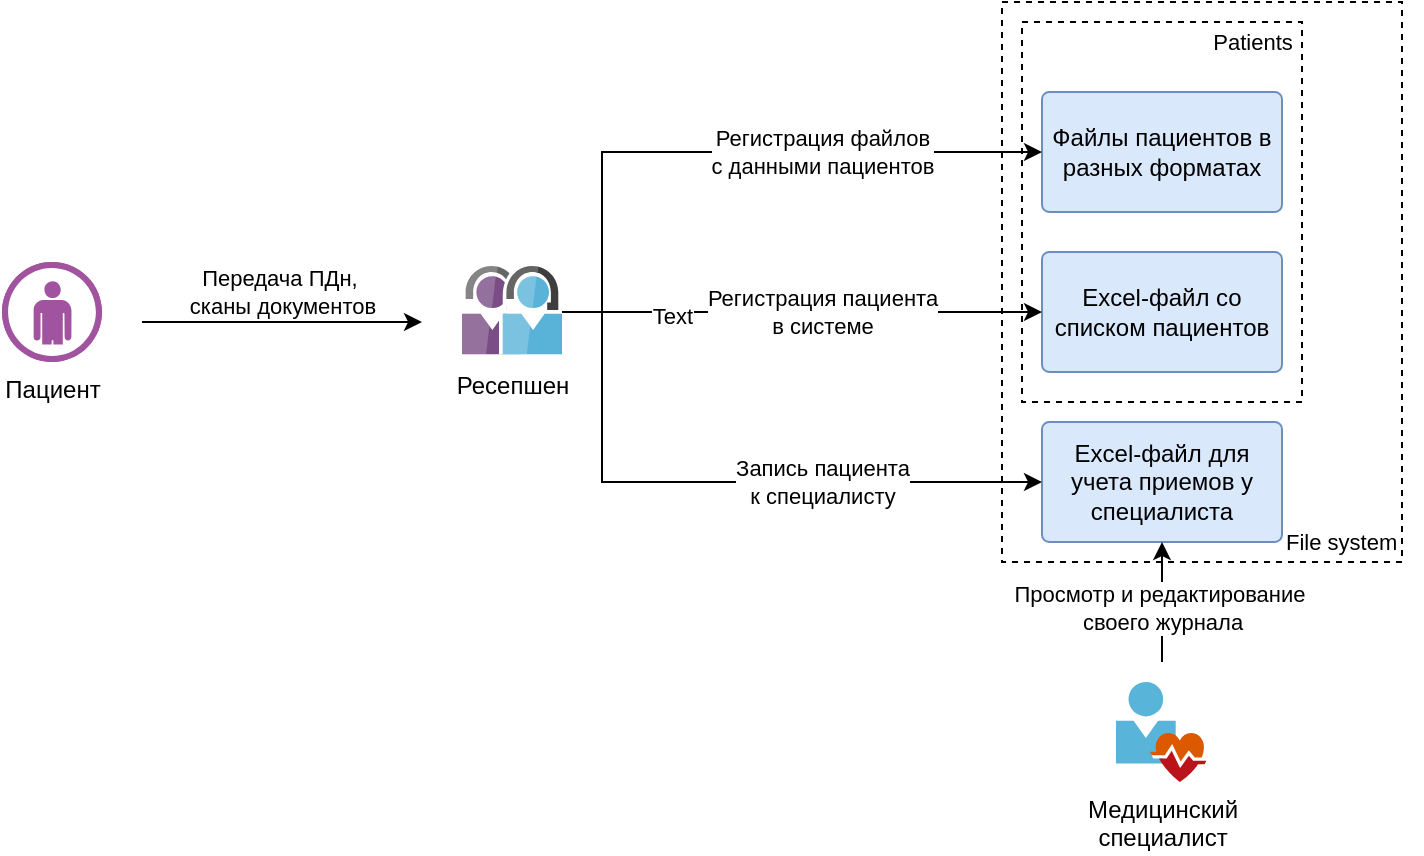
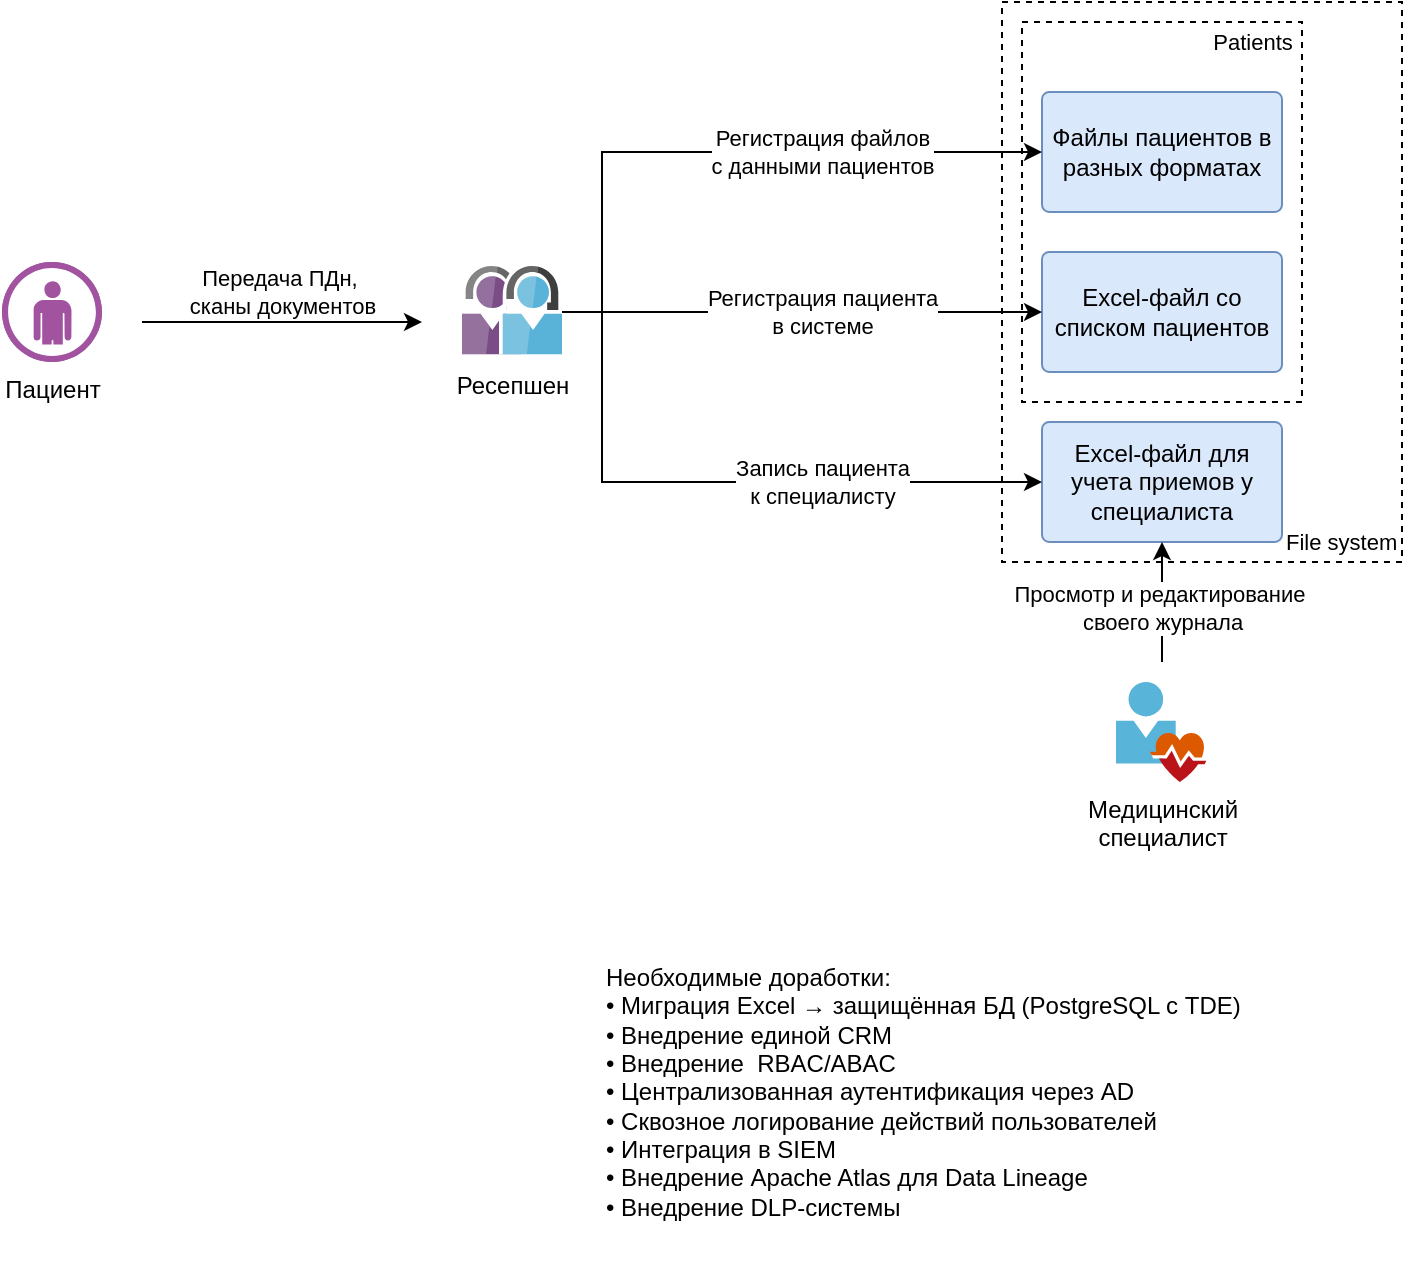
<mxfile host="Electron" agent="Mozilla/5.0 (Windows NT 10.0; Win64; x64) AppleWebKit/537.36 (KHTML, like Gecko) draw.io/27.0.9 Chrome/134.0.6998.205 Electron/35.4.0 Safari/537.36" version="27.0.9">
  <diagram name="page-1" id="RZKDnXtDUIhgZOeI2fBK">
-     <mxGraphModel dx="690" dy="593" grid="1" gridSize="10" guides="1" tooltips="1" connect="1" arrows="1" fold="1" page="1" pageScale="1" pageWidth="827" pageHeight="1169" math="0" shadow="0">
+     <mxGraphModel dx="784" dy="1185" grid="1" gridSize="10" guides="1" tooltips="1" connect="1" arrows="1" fold="1" page="1" pageScale="1" pageWidth="827" pageHeight="1169" math="0" shadow="0">
      <root>
        <mxCell id="0" />
        <mxCell id="1" parent="0" />
        <mxCell id="Eti9AWakdUXmRzLMZxta-8" value="" style="rounded=0;whiteSpace=wrap;html=1;dashed=1;" parent="1" vertex="1">
          <mxGeometry x="570" y="30" width="200" height="280" as="geometry" />
        </mxCell>
        <mxCell id="Eti9AWakdUXmRzLMZxta-5" value="" style="rounded=0;whiteSpace=wrap;html=1;dashed=1;" parent="1" vertex="1">
          <mxGeometry x="580" y="40" width="140" height="190" as="geometry" />
        </mxCell>
        <mxCell id="CwHvCVqXU7Ro-6t718aA-6" style="edgeStyle=orthogonalEdgeStyle;rounded=0;orthogonalLoop=1;jettySize=auto;html=1;entryX=0;entryY=0.5;entryDx=0;entryDy=0;flowAnimation=0;" parent="1" edge="1">
          <mxGeometry relative="1" as="geometry">
            <mxPoint x="280" y="190" as="targetPoint" />
            <mxPoint x="140" y="190" as="sourcePoint" />
          </mxGeometry>
        </mxCell>
        <mxCell id="CwHvCVqXU7Ro-6t718aA-7" value="Передача ПДн,&amp;nbsp;&lt;div&gt;сканы документов&lt;/div&gt;" style="edgeLabel;html=1;align=center;verticalAlign=middle;resizable=0;points=[];" parent="CwHvCVqXU7Ro-6t718aA-6" vertex="1" connectable="0">
          <mxGeometry x="-0.2286" y="-5" relative="1" as="geometry">
            <mxPoint x="16" y="-20" as="offset" />
          </mxGeometry>
        </mxCell>
        <mxCell id="CwHvCVqXU7Ro-6t718aA-9" value="Excel-файл со списком пациентов" style="rounded=1;whiteSpace=wrap;html=1;fillColor=#dae8fc;strokeColor=#6c8ebf;arcSize=6;" parent="1" vertex="1">
          <mxGeometry x="590" y="155" width="120" height="60" as="geometry" />
        </mxCell>
        <mxCell id="CwHvCVqXU7Ro-6t718aA-10" value="Excel-файл для учета приемов у специалиста" style="rounded=1;whiteSpace=wrap;html=1;fillColor=#dae8fc;strokeColor=#6c8ebf;arcSize=6;" parent="1" vertex="1">
          <mxGeometry x="590" y="240" width="120" height="60" as="geometry" />
        </mxCell>
        <mxCell id="CwHvCVqXU7Ro-6t718aA-11" value="Файлы пациентов в разных форматах" style="rounded=1;whiteSpace=wrap;html=1;fillColor=#dae8fc;strokeColor=#6c8ebf;arcSize=6;" parent="1" vertex="1">
          <mxGeometry x="590" y="75" width="120" height="60" as="geometry" />
        </mxCell>
        <mxCell id="CwHvCVqXU7Ro-6t718aA-19" style="edgeStyle=orthogonalEdgeStyle;rounded=0;orthogonalLoop=1;jettySize=auto;html=1;entryX=0.5;entryY=1;entryDx=0;entryDy=0;flowAnimation=0;" parent="1" target="CwHvCVqXU7Ro-6t718aA-10" edge="1">
          <mxGeometry relative="1" as="geometry">
            <mxPoint x="650" y="360" as="sourcePoint" />
            <Array as="points">
              <mxPoint x="650" y="360" />
            </Array>
          </mxGeometry>
        </mxCell>
        <mxCell id="CwHvCVqXU7Ro-6t718aA-20" value="Просмотр и редактирование&amp;nbsp;&lt;div&gt;своего журнала&lt;/div&gt;" style="edgeLabel;html=1;align=center;verticalAlign=middle;resizable=0;points=[];" parent="CwHvCVqXU7Ro-6t718aA-19" vertex="1" connectable="0">
          <mxGeometry x="-0.0944" relative="1" as="geometry">
            <mxPoint as="offset" />
          </mxGeometry>
        </mxCell>
        <mxCell id="Eti9AWakdUXmRzLMZxta-1" value="Пациент" style="verticalLabelPosition=bottom;sketch=0;html=1;fillColor=#A153A0;strokeColor=#ffffff;verticalAlign=top;align=center;points=[[0,0.5,0],[0.125,0.25,0],[0.25,0,0],[0.5,0,0],[0.75,0,0],[0.875,0.25,0],[1,0.5,0],[0.875,0.75,0],[0.75,1,0],[0.5,1,0],[0.125,0.75,0]];pointerEvents=1;shape=mxgraph.cisco_safe.compositeIcon;bgIcon=ellipse;resIcon=mxgraph.cisco_safe.design.user;" parent="1" vertex="1">
          <mxGeometry x="70" y="160" width="50" height="50" as="geometry" />
        </mxCell>
        <mxCell id="Eti9AWakdUXmRzLMZxta-2" value="Медицинский&lt;div&gt;специалист&lt;/div&gt;" style="image;sketch=0;aspect=fixed;html=1;points=[];align=center;fontSize=12;image=img/lib/mscae/User_Health_Icon.svg;" parent="1" vertex="1">
          <mxGeometry x="627" y="370" width="46" height="50" as="geometry" />
        </mxCell>
        <mxCell id="Eti9AWakdUXmRzLMZxta-17" value="Запись пациента&lt;div&gt;к специалисту&lt;/div&gt;" style="edgeStyle=elbowEdgeStyle;rounded=0;orthogonalLoop=1;jettySize=auto;html=1;entryX=0;entryY=0.5;entryDx=0;entryDy=0;flowAnimation=0;" parent="1" source="Eti9AWakdUXmRzLMZxta-4" target="CwHvCVqXU7Ro-6t718aA-10" edge="1">
          <mxGeometry x="0.3231" relative="1" as="geometry">
            <Array as="points">
              <mxPoint x="370" y="230" />
            </Array>
            <mxPoint as="offset" />
          </mxGeometry>
        </mxCell>
        <mxCell id="Eti9AWakdUXmRzLMZxta-18" value="Регистрация пациента&lt;div&gt;в системе&lt;/div&gt;" style="edgeStyle=orthogonalEdgeStyle;rounded=0;orthogonalLoop=1;jettySize=auto;html=1;flowAnimation=0;" parent="1" source="Eti9AWakdUXmRzLMZxta-4" target="CwHvCVqXU7Ro-6t718aA-9" edge="1">
          <mxGeometry x="0.0833" relative="1" as="geometry">
            <mxPoint as="offset" />
          </mxGeometry>
        </mxCell>
-         <mxCell id="nC68p9XKXOM0STrYJ99A-1" value="Text" style="edgeLabel;html=1;align=center;verticalAlign=middle;resizable=0;points=[];" vertex="1" connectable="0" parent="Eti9AWakdUXmRzLMZxta-18">
-           <mxGeometry x="-0.5417" y="-2" relative="1" as="geometry">
-             <mxPoint as="offset" />
-           </mxGeometry>
-         </mxCell>
        <mxCell id="Eti9AWakdUXmRzLMZxta-19" value="Регистрация файлов&lt;div&gt;с данными пациентов&lt;/div&gt;" style="edgeStyle=elbowEdgeStyle;rounded=0;orthogonalLoop=1;jettySize=auto;html=1;entryX=0;entryY=0.5;entryDx=0;entryDy=0;flowAnimation=0;" parent="1" source="Eti9AWakdUXmRzLMZxta-4" target="CwHvCVqXU7Ro-6t718aA-11" edge="1">
          <mxGeometry x="0.3125" relative="1" as="geometry">
            <Array as="points">
              <mxPoint x="370" y="140" />
            </Array>
            <mxPoint as="offset" />
          </mxGeometry>
        </mxCell>
        <mxCell id="Eti9AWakdUXmRzLMZxta-4" value="Ресепшен" style="image;sketch=0;aspect=fixed;html=1;points=[];align=center;fontSize=12;image=img/lib/mscae/Support_Requests.svg;" parent="1" vertex="1">
          <mxGeometry x="300" y="162" width="50" height="46" as="geometry" />
        </mxCell>
        <mxCell id="Eti9AWakdUXmRzLMZxta-7" value="Patients" style="edgeLabel;html=1;align=center;verticalAlign=middle;resizable=0;points=[];" parent="1" connectable="0" vertex="1">
          <mxGeometry x="628" y="43" as="geometry">
            <mxPoint x="67" y="7" as="offset" />
          </mxGeometry>
        </mxCell>
        <mxCell id="Eti9AWakdUXmRzLMZxta-9" value="&lt;span style=&quot;caret-color: rgb(0, 0, 0); color: rgb(0, 0, 0); font-family: Helvetica; font-size: 11px; font-style: normal; font-variant-caps: normal; font-weight: 400; letter-spacing: normal; text-align: center; text-indent: 0px; text-transform: none; white-space: nowrap; word-spacing: 0px; -webkit-text-stroke-width: 0px; background-color: rgb(255, 255, 255); text-decoration: none; float: none; display: inline !important;&quot;&gt;File system&lt;/span&gt;" style="text;whiteSpace=wrap;html=1;" parent="1" vertex="1">
          <mxGeometry x="710" y="286" width="70" height="30" as="geometry" />
        </mxCell>
+         <mxCell id="vsHEm-GJbrsaYE837dfc-1" value="&lt;br&gt;&lt;div&gt;Необходимые доработки:&lt;/div&gt;&lt;div&gt;&lt;span style=&quot;background-color: transparent;&quot;&gt;• Миграция Excel → защищённая БД (PostgreSQL с TDE)&lt;/span&gt;&lt;div&gt;• Внедрение единой CRM&lt;/div&gt;&lt;div&gt;• Внедрение&amp;nbsp; RBAC/ABAC&lt;/div&gt;&lt;div&gt;• Централизованная аутентификация через AD&lt;/div&gt;&lt;div&gt;• Сквозное логирование действий пользователей&lt;/div&gt;&lt;div&gt;• Интеграция в SIEM&lt;/div&gt;&lt;div&gt;• Внедрение Apache Atlas для Data Lineage&lt;/div&gt;&lt;div&gt;• Внедрение DLP-системы&lt;/div&gt;&lt;div&gt;&lt;br&gt;&lt;/div&gt;&lt;/div&gt;" style="text;html=1;align=left;verticalAlign=middle;resizable=0;points=[];autosize=1;strokeColor=none;fillColor=none;" vertex="1" parent="1">
+           <mxGeometry x="370" y="490" width="340" height="170" as="geometry" />
+         </mxCell>
      </root>
    </mxGraphModel>
  </diagram>
</mxfile>
